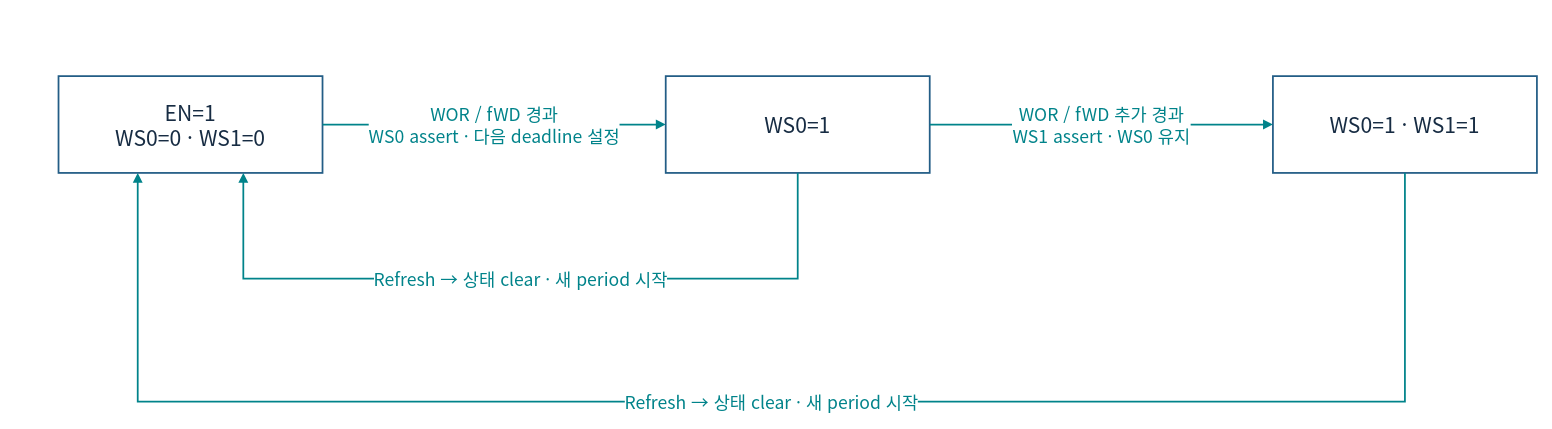
Before: page "02-stages" (2 of 20) of doc/phase1/watchdog/apollo-watchdog-architecture.drawio in cometzero/project-apollo, a draw.io diagram. Source tidied: cells renumbered, new cells numbered last; positions are measured from the earlier drawing's top-left corner, leaving out a move shared by most shapes. Both pictures are drawn from the tidied source at 88%, with x=0, y=0 at pixel (58, 76).
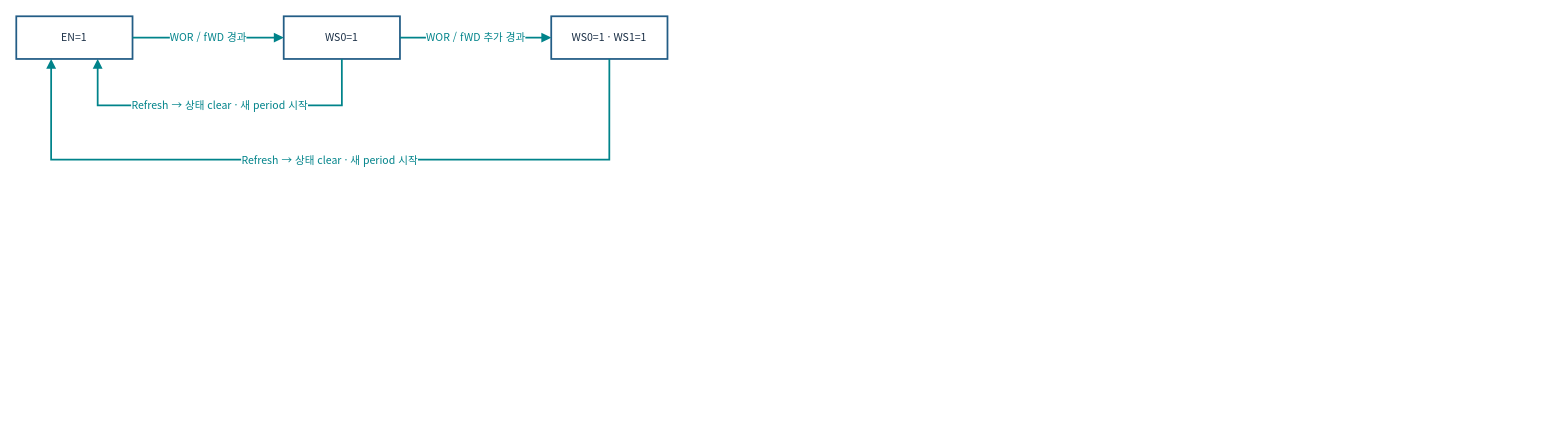
The same diagram, later.

What changed in the source:
```diff
@@
 <mxGraphModel background="#FFFFFF">
   <root>
     <mxCell id="0" />
     <mxCell id="1" parent="0" />
-    <mxCell id="2" value="EN=1&lt;br&gt;WS0=0 · WS1=0" style="rounded=0;whiteSpace=wrap;html=1;fillColor=#FFFFFF;strokeColor=#235D86;strokeWidth=2;fontColor=#172C43;fontFamily=Noto Sans CJK KR;fontSize=24;spacing=10;" parent="1" vertex="1">
-      <mxGeometry width="300" height="110" as="geometry" />
+    <mxCell id="2" value="EN=1" style="rounded=0;whiteSpace=wrap;html=1;fillColor=#FFFFFF;strokeColor=#235D86;strokeWidth=2;fontColor=#172C43;fontFamily=Noto Sans CJK KR;fontSize=12;spacing=3;whiteSpace=wrap;" parent="1" vertex="1">
+      <mxGeometry x="-48" y="-68" width="132.1" height="48.5" as="geometry" />
     </mxCell>
-    <mxCell id="3" value="WS0=1" style="rounded=0;whiteSpace=wrap;html=1;fillColor=#FFFFFF;strokeColor=#235D86;strokeWidth=2;fontColor=#172C43;fontFamily=Noto Sans CJK KR;fontSize=24;spacing=10;" parent="1" vertex="1">
-      <mxGeometry x="690" width="300" height="110" as="geometry" />
+    <mxCell id="3" value="WS0=1" style="rounded=0;whiteSpace=wrap;html=1;fillColor=#FFFFFF;strokeColor=#235D86;strokeWidth=2;fontColor=#172C43;fontFamily=Noto Sans CJK KR;fontSize=12;spacing=3;whiteSpace=wrap;" parent="1" vertex="1">
+      <mxGeometry x="255.9" y="-68" width="132.1" height="48.5" as="geometry" />
     </mxCell>
-    <mxCell id="4" value="WS0=1 · WS1=1" style="rounded=0;whiteSpace=wrap;html=1;fillColor=#FFFFFF;strokeColor=#235D86;strokeWidth=2;fontColor=#172C43;fontFamily=Noto Sans CJK KR;fontSize=24;spacing=10;" parent="1" vertex="1">
-      <mxGeometry x="1380" width="300" height="110" as="geometry" />
+    <mxCell id="4" value="WS0=1 · WS1=1" style="rounded=0;whiteSpace=wrap;html=1;fillColor=#FFFFFF;strokeColor=#235D86;strokeWidth=2;fontColor=#172C43;fontFamily=Noto Sans CJK KR;fontSize=12;spacing=3;whiteSpace=wrap;" parent="1" vertex="1">
+      <mxGeometry x="559.9" y="-68" width="132.1" height="48.5" as="geometry" />
     </mxCell>
-    <mxCell id="5" value="WOR / fWD 경과&lt;br&gt;WS0 assert · 다음 deadline 설정" style="edgeStyle=orthogonalEdgeStyle;rounded=0;html=1;endArrow=block;endFill=1;strokeWidth=2;strokeColor=#00838A;fontColor=#00838A;fontFamily=Noto Sans CJK KR;fontSize=20;labelBackgroundColor=#FFFFFF;jumpStyle=arc;exitX=1;exitY=0.5;entryX=0;entryY=0.5;" parent="1" edge="1" source="2" target="3">
+    <mxCell id="5" value="WOR / fWD 경과" style="edgeStyle=orthogonalEdgeStyle;rounded=0;html=1;endArrow=block;endFill=1;strokeWidth=2;strokeColor=#00838A;fontColor=#00838A;fontFamily=Noto Sans CJK KR;labelBackgroundColor=#FFFFFF;jumpStyle=arc;exitX=1;exitY=0.5;entryX=0;entryY=0.5;fontSize=12;spacing=3;whiteSpace=nowrap;" parent="1" edge="1" source="2" target="3">
       <mxGeometry relative="1" as="geometry" />
     </mxCell>
-    <mxCell id="6" value="WOR / fWD 추가 경과&lt;br&gt;WS1 assert · WS0 유지" style="edgeStyle=orthogonalEdgeStyle;rounded=0;html=1;endArrow=block;endFill=1;strokeWidth=2;strokeColor=#00838A;fontColor=#00838A;fontFamily=Noto Sans CJK KR;fontSize=20;labelBackgroundColor=#FFFFFF;jumpStyle=arc;exitX=1;exitY=0.5;entryX=0;entryY=0.5;" parent="1" edge="1" source="3" target="4">
+    <mxCell id="6" value="WOR / fWD 추가 경과" style="edgeStyle=orthogonalEdgeStyle;rounded=0;html=1;endArrow=block;endFill=1;strokeWidth=2;strokeColor=#00838A;fontColor=#00838A;fontFamily=Noto Sans CJK KR;labelBackgroundColor=#FFFFFF;jumpStyle=arc;exitX=1;exitY=0.5;entryX=0;entryY=0.5;fontSize=12;spacing=3;whiteSpace=nowrap;" parent="1" edge="1" source="3" target="4">
       <mxGeometry relative="1" as="geometry" />
     </mxCell>
-    <mxCell id="7" value="Refresh → 상태 clear · 새 period 시작" style="edgeStyle=orthogonalEdgeStyle;rounded=0;html=1;endArrow=block;endFill=1;strokeWidth=2;strokeColor=#00838A;fontColor=#00838A;fontFamily=Noto Sans CJK KR;fontSize=20;labelBackgroundColor=#FFFFFF;jumpStyle=arc;exitX=0.5;exitY=1;entryX=0.7;entryY=1;" parent="1" edge="1" source="3" target="2">
+    <mxCell id="7" value="Refresh → 상태 clear · 새 period 시작" style="edgeStyle=orthogonalEdgeStyle;rounded=0;html=1;endArrow=block;endFill=1;strokeWidth=2;strokeColor=#00838A;fontColor=#00838A;fontFamily=Noto Sans CJK KR;labelBackgroundColor=#FFFFFF;jumpStyle=arc;exitX=0.5;exitY=1;entryX=0.7;entryY=1;fontSize=12;spacing=3;whiteSpace=nowrap;" parent="1" edge="1" source="3" target="2">
       <mxGeometry relative="1" as="geometry">
         <Array as="points">
-          <mxPoint x="840" y="230" />
-          <mxPoint x="210" y="230" />
+          <mxPoint x="322" y="33.3" />
+          <mxPoint x="44.5" y="33.3" />
         </Array>
       </mxGeometry>
     </mxCell>
-    <mxCell id="8" value="Refresh → 상태 clear · 새 period 시작" style="edgeStyle=orthogonalEdgeStyle;rounded=0;html=1;endArrow=block;endFill=1;strokeWidth=2;strokeColor=#00838A;fontColor=#00838A;fontFamily=Noto Sans CJK KR;fontSize=20;labelBackgroundColor=#FFFFFF;jumpStyle=arc;exitX=0.5;exitY=1;entryX=0.3;entryY=1;" parent="1" edge="1" source="4" target="2">
+    <mxCell id="8" value="Refresh → 상태 clear · 새 period 시작" style="edgeStyle=orthogonalEdgeStyle;rounded=0;html=1;endArrow=block;endFill=1;strokeWidth=2;strokeColor=#00838A;fontColor=#00838A;fontFamily=Noto Sans CJK KR;labelBackgroundColor=#FFFFFF;jumpStyle=arc;exitX=0.5;exitY=1;entryX=0.3;entryY=1;fontSize=12;spacing=3;whiteSpace=nowrap;" parent="1" edge="1" source="4" target="2">
       <mxGeometry relative="1" as="geometry">
         <Array as="points">
-          <mxPoint x="1530" y="370" />
-          <mxPoint x="90" y="370" />
+          <mxPoint x="625.9" y="95" />
+          <mxPoint x="-8.4" y="95" />
         </Array>
       </mxGeometry>
     </mxCell>
   </root>
 </mxGraphModel>
```
